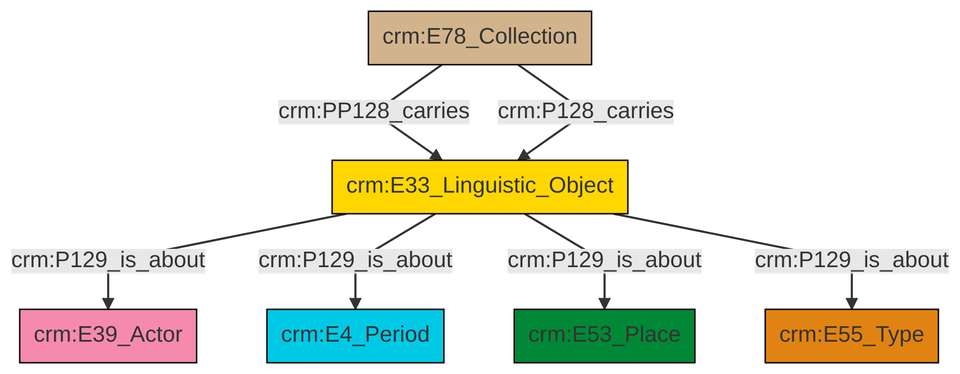
Above: et/archivalCSV/ttl/mmd/png/archival_aboutness.png in swiss-art-research-net/docs.swissartresearch (Mermaid), before the change. Its source is kept beside it as et/archivalCSV/ttl/mmd/archival_aboutness.ttl.mmd.
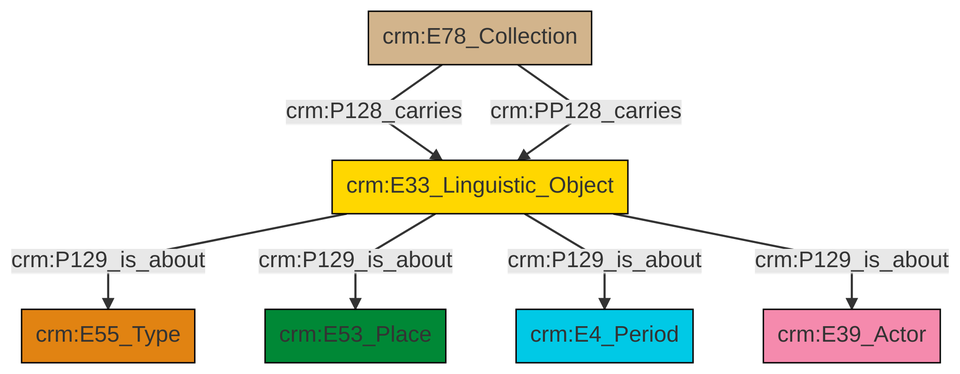
Later version of the same file.

Change to the diagram source:
```diff
@@ -13,9 +13,9 @@
 classDef PC_Classes fill:#4ce600, stroke:#000000;
 classDef Multi fill:#cccccc,stroke:#000000;
 
-0["crm:E33_Linguistic_Object"]:::Conceptual_Object -->|crm:P129_is_about| 1["crm:E39_Actor"]:::Actor
-0["crm:E33_Linguistic_Object"]:::Conceptual_Object -->|crm:P129_is_about| 6["crm:E4_Period"]:::Temporal_Entity
-2["crm:E78_Collection"]:::Physical_Thing -->|crm:PP128_carries| 0["crm:E33_Linguistic_Object"]:::Conceptual_Object
-0["crm:E33_Linguistic_Object"]:::Conceptual_Object -->|crm:P129_is_about| 8["crm:E53_Place"]:::Place
-0["crm:E33_Linguistic_Object"]:::Conceptual_Object -->|crm:P129_is_about| 4["crm:E55_Type"]:::Type
-2["crm:E78_Collection"]:::Physical_Thing -->|crm:P128_carries| 0["crm:E33_Linguistic_Object"]:::Conceptual_Object
+6["crm:E33_Linguistic_Object"]:::Conceptual_Object -->|crm:P129_is_about| 0["crm:E55_Type"]:::Type
+4["crm:E78_Collection"]:::Physical_Thing -->|crm:P128_carries| 6["crm:E33_Linguistic_Object"]:::Conceptual_Object
+4["crm:E78_Collection"]:::Physical_Thing -->|crm:PP128_carries| 6["crm:E33_Linguistic_Object"]:::Conceptual_Object
+6["crm:E33_Linguistic_Object"]:::Conceptual_Object -->|crm:P129_is_about| 8["crm:E53_Place"]:::Place
+6["crm:E33_Linguistic_Object"]:::Conceptual_Object -->|crm:P129_is_about| 10["crm:E4_Period"]:::Temporal_Entity
+6["crm:E33_Linguistic_Object"]:::Conceptual_Object -->|crm:P129_is_about| 2["crm:E39_Actor"]:::Actor
```
